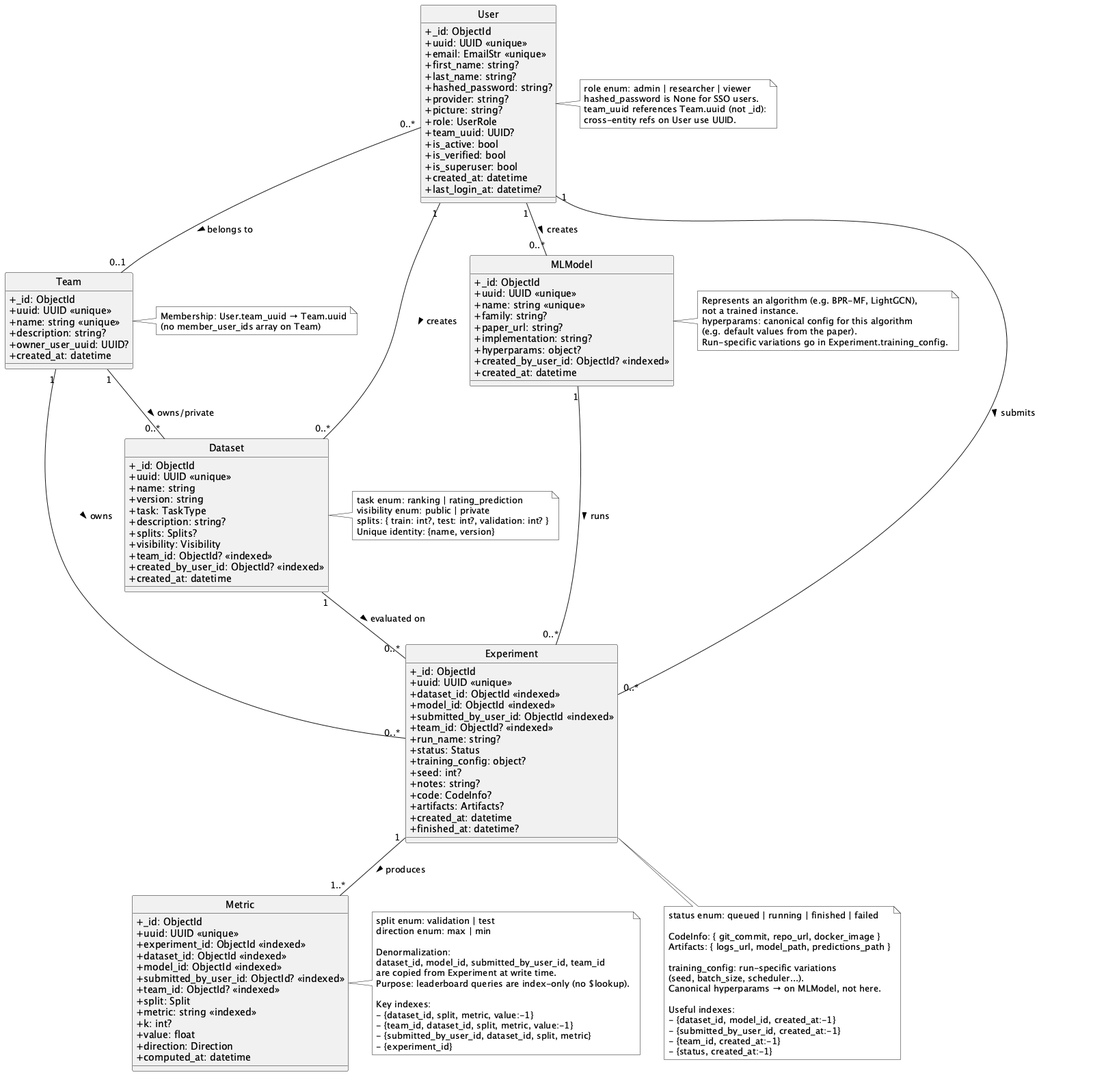
Baraff24/polibench keeps this PlantUML diagram as docs/backend/domain_model.png. Above is the earlier version.
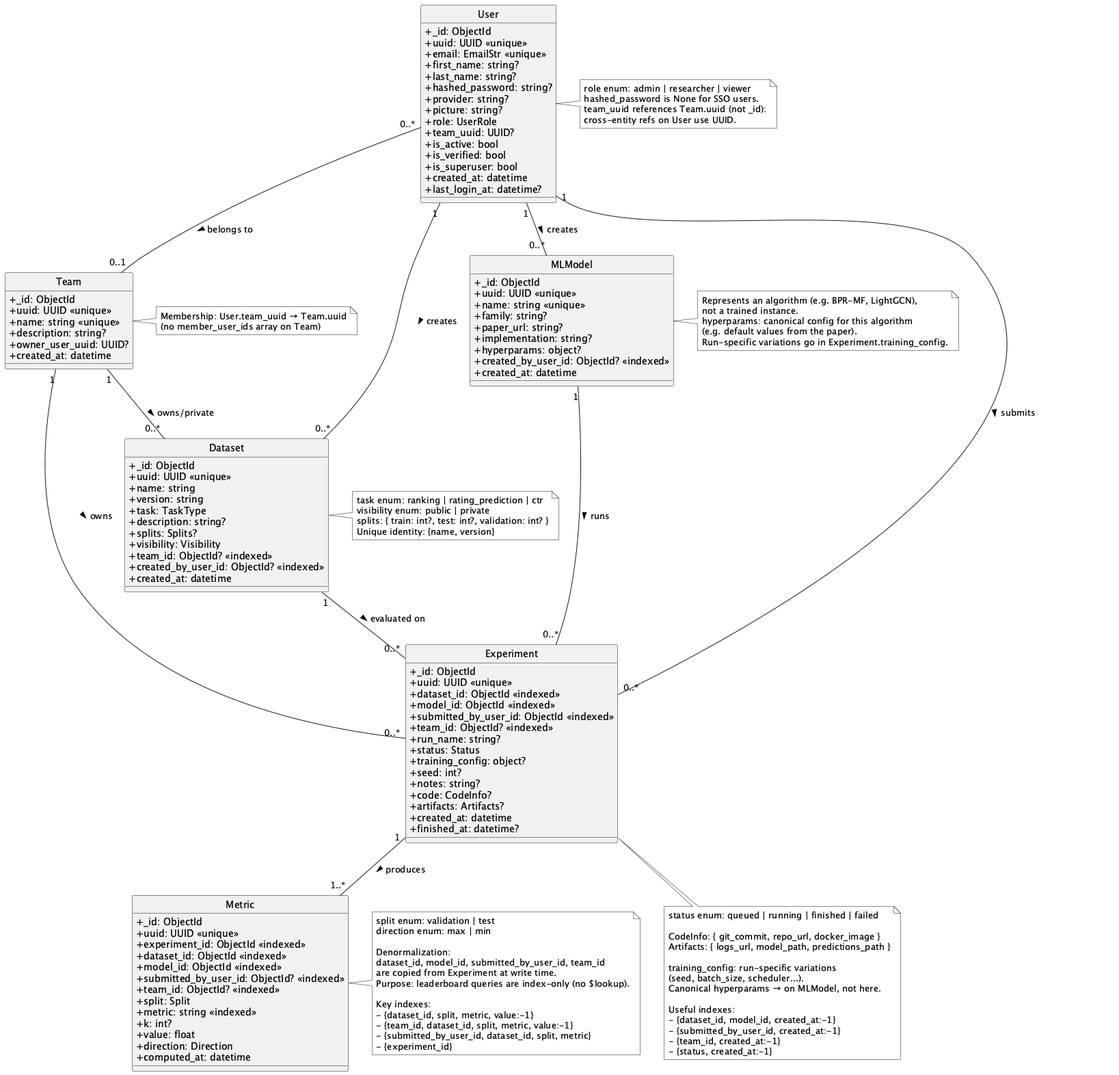
After the commit.

Diff of the diagram source:
```diff
@@ -59,7 +59,7 @@
 }
 
 note right of Dataset
-  task enum: ranking | rating_prediction
+  task enum: ranking | rating_prediction | ctr
   visibility enum: public | private
   splits: { train: int?, test: int?, validation: int? }
   Unique identity: {name, version}
```
